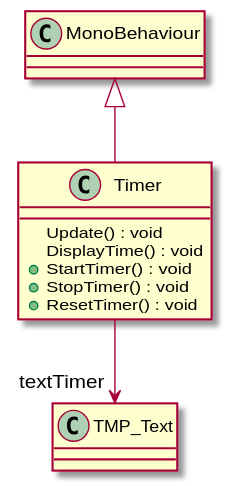
Earlier version of the PlantUML export UML/Assets/Scripts/Timer.svg (2314577483/Vampire-Hunter).
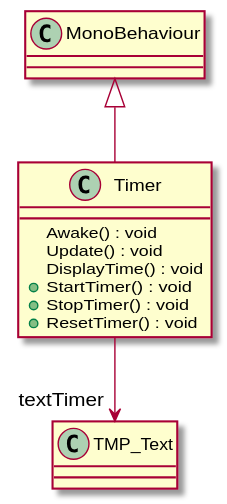
Above is the later version.

Diff of the diagram source:
```diff
@@ -1,5 +1,6 @@
 @startuml
 class Timer {
+    Awake() : void
     Update() : void
     DisplayTime() : void
     + StartTimer() : void
```
